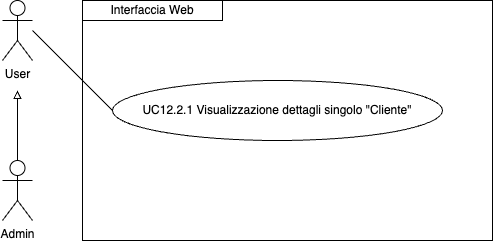
Above: imgs/Uml/UC12.2.1.png in ShameIRL/farmacode (draw.io), before the change. Source tidied: cells renumbered, new cells last; positions are measured from the earlier drawing's top-left corner, leaving out a move shared by most shapes.
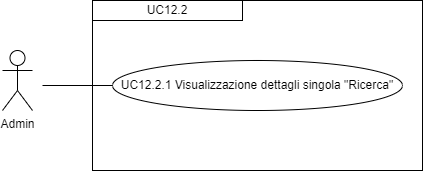
The same diagram one commit later.

The edit, as a diff of the source:
```diff
@@ -2,30 +2,22 @@
   <root>
     <mxCell id="0" />
     <mxCell id="1" parent="0" />
-    <mxCell id="2" style="edgeStyle=orthogonalEdgeStyle;rounded=0;jettySize=auto;html=1;exitX=0.5;exitY=0;exitDx=0;exitDy=0;exitPerimeter=0;endArrow=block;endFill=0;" parent="1" edge="1" source="3">
-      <mxGeometry relative="1" as="geometry">
-        <mxPoint x="15" y="90" as="targetPoint" />
-      </mxGeometry>
-    </mxCell>
-    <mxCell id="3" value="Admin" style="shape=umlActor;verticalLabelPosition=bottom;verticalAlign=top;html=1;outlineConnect=0;" parent="1" vertex="1">
+    <mxCell id="3" value="Admin&lt;div&gt;&lt;br&gt;&lt;/div&gt;" style="shape=umlActor;verticalLabelPosition=bottom;verticalAlign=top;html=1;outlineConnect=0;" parent="1" vertex="1">
       <mxGeometry y="160" width="30" height="60" as="geometry" />
     </mxCell>
-    <mxCell id="4" value="User" style="shape=umlActor;verticalLabelPosition=bottom;verticalAlign=top;html=1;" parent="1" vertex="1">
-      <mxGeometry width="30" height="60" as="geometry" />
-    </mxCell>
-    <mxCell id="5" style="endArrow=none;html=1;rounded=0;entryX=0;entryY=0.5;entryDx=0;entryDy=0;" parent="1" edge="1" target="7">
-      <mxGeometry relative="1" as="geometry">
-        <mxPoint x="30" y="30" as="sourcePoint" />
-      </mxGeometry>
-    </mxCell>
-    <mxCell id="6" value="Interfaccia Web" style="rounded=0;whiteSpace=wrap;html=1;" parent="1" vertex="1">
-      <mxGeometry x="80" width="140" height="20" as="geometry" />
-    </mxCell>
-    <mxCell id="7" value="UC12.2.1 Visualizzazione dettagli singolo &quot;Cliente&quot;" style="ellipse;whiteSpace=wrap;html=1;" parent="1" vertex="1">
-      <mxGeometry x="110" y="80" width="330" height="60" as="geometry" />
-    </mxCell>
-    <mxCell id="8" style="rounded=0;whiteSpace=wrap;html=1;fillColor=none;" parent="1" vertex="1">
-      <mxGeometry x="80" width="410" height="240" as="geometry" />
-    </mxCell>
+    <mxCell id="9" style="rounded=0;whiteSpace=wrap;html=1;fillColor=none;" parent="1" vertex="1">
+      <mxGeometry x="90" y="110" width="330" height="170" as="geometry" />
+    </mxCell>
+    <mxCell id="10" value="&lt;div style=&quot;&quot;&gt;UC12.2&lt;/div&gt;" style="rounded=0;whiteSpace=wrap;html=1;fillColor=none;align=center;" parent="1" vertex="1">
+      <mxGeometry x="90" y="110" width="150" height="20" as="geometry" />
+    </mxCell>
+    <mxCell id="11" value="UC12.2.1 Visualizzazione dettagli singola &quot;Ricerca&quot;" style="ellipse;whiteSpace=wrap;html=1;" parent="1" vertex="1">
+      <mxGeometry x="110" y="170" width="290" height="50" as="geometry" />
+    </mxCell>
+    <mxCell id="12" style="endArrow=none;html=1;rounded=0;entryX=0;entryY=0.5;entryDx=0;entryDy=0;" parent="1" edge="1" target="11">
+      <mxGeometry relative="1" as="geometry">
+        <mxPoint x="40" y="195" as="sourcePoint" />
+      </mxGeometry>
+    </mxCell>
   </root>
 </mxGraphModel>
```
